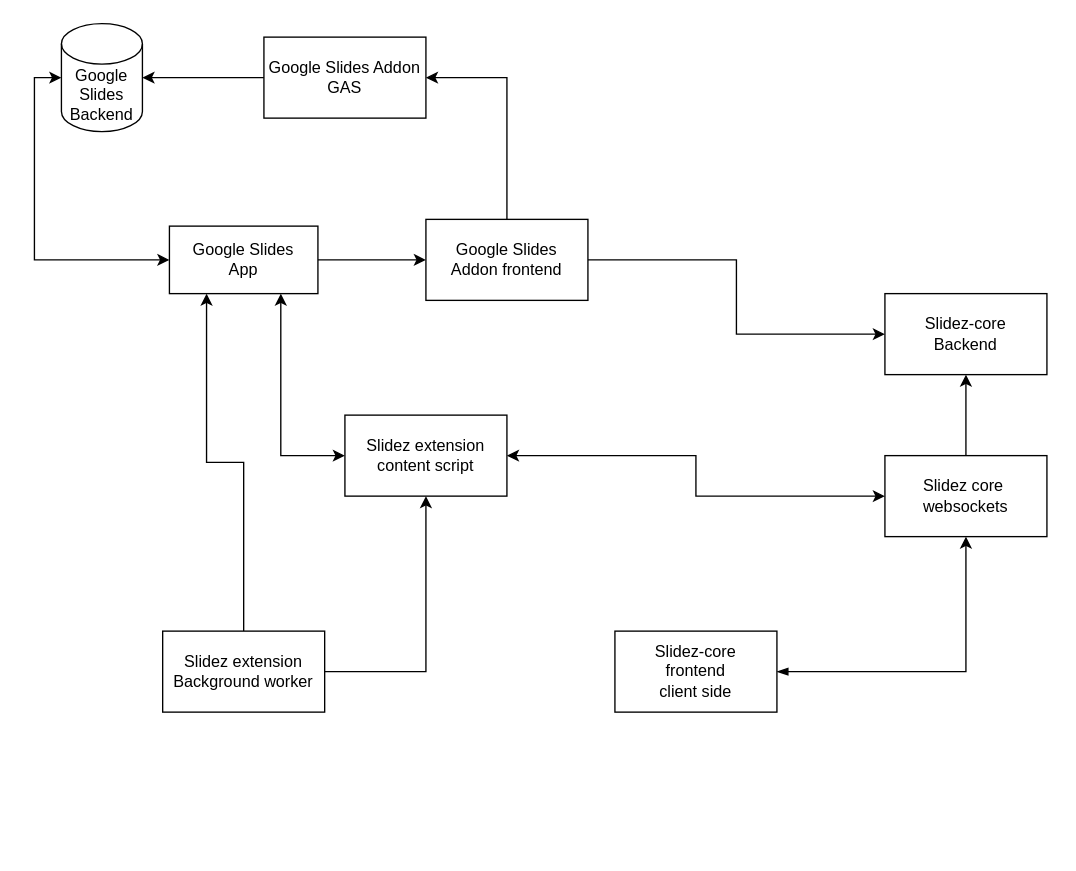
Earlier version of the draw.io diagram docs/general_schema.drawio (BinaryStudioAcademy/bsa-2021-slidez). Source tidied: cells renumbered, new cells numbered last; positions are measured from the earlier drawing's top-left corner, leaving out a move shared by most shapes. Both pictures are drawn from the tidied source at 135%, with x=0, y=0 at pixel (61, 23).
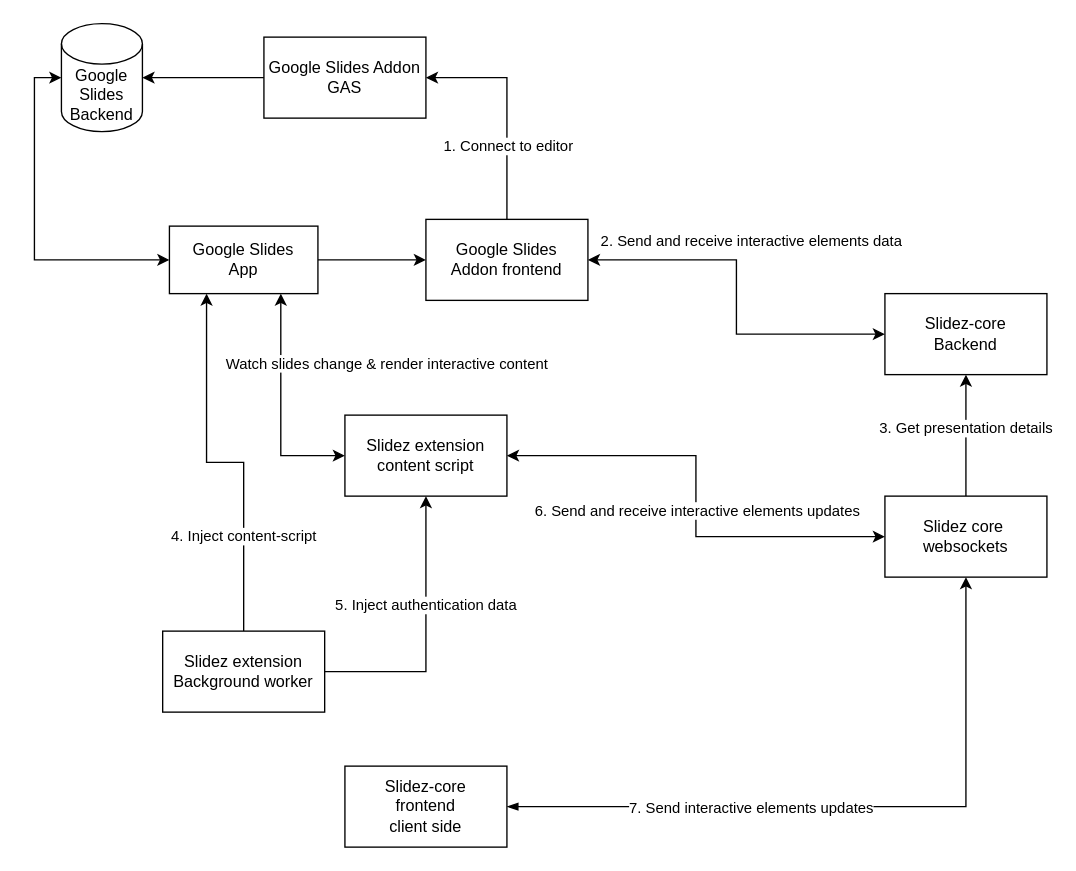
Above is the later version.

Commit message (it also covers changes not shown here):
[SETUP] Added schemas

The change refers to these unchanged cells:
```xml
<mxCell id="3" value="Google Slides&lt;br&gt;App&lt;br&gt;" style="rounded=0;whiteSpace=wrap;html=1;" parent="1" vertex="1">
  <mxGeometry x="80" y="150" width="110" height="50" as="geometry" />
</mxCell>
<mxCell id="6" style="edgeStyle=orthogonalEdgeStyle;rounded=0;jettySize=auto;html=1;entryX=1;entryY=0.5;entryDx=0;entryDy=0;" parent="1" edge="1" source="8" target="10">
  <mxGeometry relative="1" as="geometry" />
</mxCell>
<mxCell id="8" value="Google Slides&lt;br&gt;Addon frontend" style="rounded=0;whiteSpace=wrap;html=1;" parent="1" vertex="1">
  <mxGeometry x="270" y="145" width="120" height="60" as="geometry" />
</mxCell>
<mxCell id="11" value="Slidez-core&lt;br&gt;Backend" style="rounded=0;whiteSpace=wrap;html=1;" parent="1" vertex="1">
  <mxGeometry x="610" y="200" width="120" height="60" as="geometry" />
</mxCell>
<mxCell id="12" style="edgeStyle=orthogonalEdgeStyle;rounded=0;jettySize=auto;html=1;entryX=0.5;entryY=1;entryDx=0;entryDy=0;startArrow=blockThin;startFill=1;" parent="1" edge="1" source="13" target="15">
  <mxGeometry relative="1" as="geometry" />
</mxCell>
<mxCell id="16" style="edgeStyle=orthogonalEdgeStyle;rounded=0;jettySize=auto;html=1;entryX=0.25;entryY=1;entryDx=0;entryDy=0;startArrow=none;startFill=0;" parent="1" edge="1" source="18" target="3">
  <mxGeometry relative="1" as="geometry" />
</mxCell>
<mxCell id="17" style="edgeStyle=orthogonalEdgeStyle;rounded=0;jettySize=auto;html=1;entryX=0.5;entryY=1;entryDx=0;entryDy=0;startArrow=none;startFill=0;" parent="1" edge="1" source="18" target="21">
  <mxGeometry relative="1" as="geometry" />
</mxCell>
<mxCell id="19" style="edgeStyle=orthogonalEdgeStyle;rounded=0;jettySize=auto;html=1;entryX=0;entryY=0.5;entryDx=0;entryDy=0;startArrow=classic;startFill=1;" parent="1" edge="1" source="21" target="15">
  <mxGeometry relative="1" as="geometry" />
</mxCell>
<mxCell id="21" value="Slidez extension content script" style="rounded=0;whiteSpace=wrap;html=1;" parent="1" vertex="1">
  <mxGeometry x="210" y="290" width="120" height="60" as="geometry" />
</mxCell>
```

What changed in the source:
```diff
@@
+    <mxCell id="22" value="1. Connect to editor" style="edgeLabel;html=1;align=center;verticalAlign=middle;" parent="6" vertex="1">
+      <mxGeometry x="-0.59" y="1" relative="1" as="geometry">
+        <mxPoint x="1" y="-21" as="offset" />
+      </mxGeometry>
+    </mxCell>
-    <mxCell id="7" style="edgeStyle=orthogonalEdgeStyle;rounded=0;jettySize=auto;html=1;entryX=0;entryY=0.5;entryDx=0;entryDy=0;" parent="1" edge="1" source="8" target="11">
+    <mxCell id="7" style="edgeStyle=orthogonalEdgeStyle;rounded=0;jettySize=auto;html=1;entryX=0;entryY=0.5;entryDx=0;entryDy=0;startArrow=classic;startFill=1;" parent="1" edge="1" source="8" target="11">
       <mxGeometry relative="1" as="geometry" />
     </mxCell>
+    <mxCell id="23" value="2. Send and receive interactive elements data" style="edgeLabel;html=1;align=center;verticalAlign=middle;" parent="7" vertex="1">
+      <mxGeometry x="-0.18" y="-2" relative="1" as="geometry">
+        <mxPoint x="12" y="-18" as="offset" />
+      </mxGeometry>
+    </mxCell>
@@
+    <mxCell id="24" value="7. Send interactive elements updates" style="edgeLabel;html=1;align=center;verticalAlign=middle;" parent="12" vertex="1">
+      <mxGeometry x="-0.43" y="1" relative="1" as="geometry">
+        <mxPoint x="35" y="1" as="offset" />
+      </mxGeometry>
+    </mxCell>
     <mxCell id="13" value="Slidez-core&lt;br&gt;frontend&lt;br&gt;client side" style="rounded=0;whiteSpace=wrap;html=1;" parent="1" vertex="1">
-      <mxGeometry x="410" y="450" width="120" height="60" as="geometry" />
+      <mxGeometry x="210" y="550" width="120" height="60" as="geometry" />
     </mxCell>
-    <mxCell id="14" style="edgeStyle=orthogonalEdgeStyle;rounded=0;jettySize=auto;html=1;entryX=0.5;entryY=1;entryDx=0;entryDy=0;startArrow=none;startFill=0;" parent="1" edge="1" source="15" target="11">
-      <mxGeometry relative="1" as="geometry" />
+    <mxCell id="14" value="3. Get presentation details" style="edgeStyle=orthogonalEdgeStyle;rounded=0;jettySize=auto;html=1;entryX=0.5;entryY=1;entryDx=0;entryDy=0;startArrow=none;startFill=0;" parent="1" edge="1" source="15" target="11">
+      <mxGeometry x="0.11" relative="1" as="geometry" />
     </mxCell>
     <mxCell id="15" value="Slidez core&amp;nbsp;&lt;br&gt;websockets" style="rounded=0;whiteSpace=wrap;html=1;" parent="1" vertex="1">
-      <mxGeometry x="610" y="320" width="120" height="60" as="geometry" />
+      <mxGeometry x="610" y="350" width="120" height="60" as="geometry" />
     </mxCell>
@@
+    <mxCell id="25" value="4. Inject content-script" style="edgeLabel;html=1;align=center;verticalAlign=middle;" parent="16" vertex="1">
+      <mxGeometry x="-0.31" y="2" relative="1" as="geometry">
+        <mxPoint x="1" y="25" as="offset" />
+      </mxGeometry>
+    </mxCell>
@@
+    <mxCell id="26" value="5. Inject authentication data" style="edgeLabel;html=1;align=center;verticalAlign=middle;" parent="17" vertex="1">
+      <mxGeometry x="-0.16" y="2" relative="1" as="geometry">
+        <mxPoint x="1" y="-39" as="offset" />
+      </mxGeometry>
+    </mxCell>
@@
+    <mxCell id="27" value="6. Send and receive interactive elements updates" style="edgeLabel;html=1;align=center;verticalAlign=middle;" parent="19" vertex="1">
+      <mxGeometry x="-0.38" y="-2" relative="1" as="geometry">
+        <mxPoint x="35" y="38" as="offset" />
+      </mxGeometry>
+    </mxCell>
     <mxCell id="20" style="edgeStyle=orthogonalEdgeStyle;rounded=0;jettySize=auto;html=1;entryX=0.75;entryY=1;entryDx=0;entryDy=0;startArrow=classic;startFill=1;" parent="1" edge="1" source="21" target="3">
-      <mxGeometry relative="1" as="geometry" />
+      <mxGeometry relative="1" as="geometry">
+        <Array as="points">
+          <mxPoint x="163" y="320" />
+        </Array>
+      </mxGeometry>
     </mxCell>
+    <mxCell id="28" value="Watch slides change &amp;amp; render interactive content" style="edgeLabel;html=1;align=center;verticalAlign=middle;" parent="20" vertex="1">
+      <mxGeometry x="0.52" y="-2" relative="1" as="geometry">
+        <mxPoint x="76" y="11" as="offset" />
+      </mxGeometry>
+    </mxCell>
```
